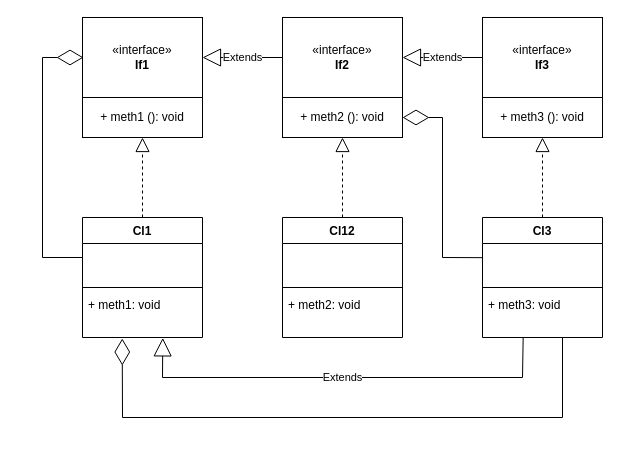
Before: lab2/lab2_default.drawio in YungLust/KPI-SE, a draw.io diagram. Source tidied: cells renumbered, new cells numbered last; positions are measured from the earlier drawing's top-left corner, leaving out a move shared by most shapes. Both pictures are drawn from the tidied source at 100%, with x=0, y=0 at pixel (42, 17).
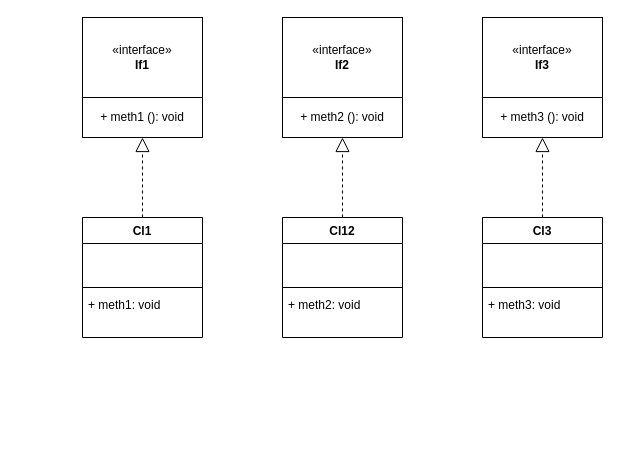
The same diagram, later.

Commit message (it also covers changes not shown here):
In previous commit i exported wrong diagram, now it is fixed

Unchanged cells that the change refers to:
```xml
<mxCell id="5" value="+ meth1&lt;span style=&quot;text-align: center;&quot;&gt;: void&lt;/span&gt;" style="text;strokeColor=none;fillColor=none;align=left;verticalAlign=top;spacingLeft=4;spacingRight=4;overflow=hidden;points=[[0,0.5],[1,0.5]];portConstraint=eastwest;whiteSpace=wrap;html=1;" parent="2" vertex="1">
  <mxGeometry y="74" width="120" height="46" as="geometry" />
</mxCell>
<mxCell id="11" value="&amp;nbsp;" style="text;strokeColor=none;fillColor=none;align=left;verticalAlign=top;spacingLeft=4;spacingRight=4;overflow=hidden;points=[[0,0.5],[1,0.5]];portConstraint=eastwest;whiteSpace=wrap;html=1;" parent="10" vertex="1">
  <mxGeometry y="26" width="120" height="40" as="geometry" />
</mxCell>
<mxCell id="13" value="+ meth3&lt;span style=&quot;text-align: center;&quot;&gt;: void&lt;/span&gt;" style="text;strokeColor=none;fillColor=none;align=left;verticalAlign=top;spacingLeft=4;spacingRight=4;overflow=hidden;points=[[0,0.5],[1,0.5]];portConstraint=eastwest;whiteSpace=wrap;html=1;" parent="10" vertex="1">
  <mxGeometry y="74" width="120" height="46" as="geometry" />
</mxCell>
<mxCell id="15" value="«interface»&lt;br&gt;&lt;b&gt;If1&lt;/b&gt;" style="html=1;whiteSpace=wrap;" parent="14" vertex="1">
  <mxGeometry width="120" height="80" as="geometry" />
</mxCell>
<mxCell id="18" value="«interface»&lt;br&gt;&lt;b&gt;If2&lt;/b&gt;" style="html=1;whiteSpace=wrap;" parent="17" vertex="1">
  <mxGeometry width="120" height="80" as="geometry" />
</mxCell>
<mxCell id="19" value="+ meth2 (): void" style="html=1;whiteSpace=wrap;" parent="17" vertex="1">
  <mxGeometry y="80" width="120" height="40" as="geometry" />
</mxCell>
<mxCell id="21" value="«interface»&lt;br&gt;&lt;b&gt;If3&lt;/b&gt;" style="html=1;whiteSpace=wrap;" parent="20" vertex="1">
  <mxGeometry width="120" height="80" as="geometry" />
</mxCell>
```

Diff of the diagram source:
```diff
@@
-    <mxCell id="26" value="Extends" style="endArrow=block;endSize=16;endFill=0;html=1;rounded=0;entryX=1;entryY=0.5;entryDx=0;entryDy=0;exitX=0;exitY=0.5;exitDx=0;exitDy=0;" parent="1" edge="1" source="21" target="18">
-      <mxGeometry relative="1" as="geometry" />
-    </mxCell>
-    <mxCell id="27" value="Extends" style="endArrow=block;endSize=16;endFill=0;html=1;rounded=0;exitX=0;exitY=0.5;exitDx=0;exitDy=0;entryX=1;entryY=0.5;entryDx=0;entryDy=0;" parent="1" edge="1" source="18" target="15">
-      <mxGeometry relative="1" as="geometry" />
-    </mxCell>
-    <mxCell id="28" value="Extends" style="endArrow=block;endSize=16;endFill=0;html=1;rounded=0;exitX=0.339;exitY=0.993;exitDx=0;exitDy=0;exitPerimeter=0;entryX=0.669;entryY=1.008;entryDx=0;entryDy=0;entryPerimeter=0;" parent="1" edge="1" source="13" target="5">
-      <mxGeometry relative="1" as="geometry">
-        <Array as="points">
-          <mxPoint x="480" y="360" />
-          <mxPoint x="120" y="360" />
-        </Array>
-      </mxGeometry>
-    </mxCell>
-    <mxCell id="29" style="endArrow=diamondThin;endFill=0;endSize=24;html=1;rounded=0;entryX=0;entryY=0.5;entryDx=0;entryDy=0;" parent="1" edge="1">
-      <mxGeometry relative="1" as="geometry">
-        <mxPoint x="40" y="240" as="sourcePoint" />
-        <mxPoint x="41" y="40" as="targetPoint" />
-        <Array as="points">
-          <mxPoint y="240" />
-          <mxPoint y="40" />
-        </Array>
-      </mxGeometry>
-    </mxCell>
-    <mxCell id="30" style="endArrow=diamondThin;endFill=0;endSize=24;html=1;rounded=0;entryX=1;entryY=0.5;entryDx=0;entryDy=0;exitX=-0.003;exitY=0.354;exitDx=0;exitDy=0;exitPerimeter=0;" parent="1" edge="1" source="11" target="19">
-      <mxGeometry relative="1" as="geometry">
-        <Array as="points">
-          <mxPoint x="400" y="240" />
-          <mxPoint x="400" y="100" />
-        </Array>
-      </mxGeometry>
-    </mxCell>
-    <mxCell id="31" style="endArrow=diamondThin;endFill=0;endSize=24;html=1;rounded=0;entryX=0.331;entryY=1.022;entryDx=0;entryDy=0;entryPerimeter=0;" parent="1" edge="1" target="5">
-      <mxGeometry relative="1" as="geometry">
-        <mxPoint x="520" y="320" as="sourcePoint" />
-        <Array as="points">
-          <mxPoint x="520" y="400" />
-          <mxPoint x="80" y="400" />
-        </Array>
-      </mxGeometry>
-    </mxCell>
```
